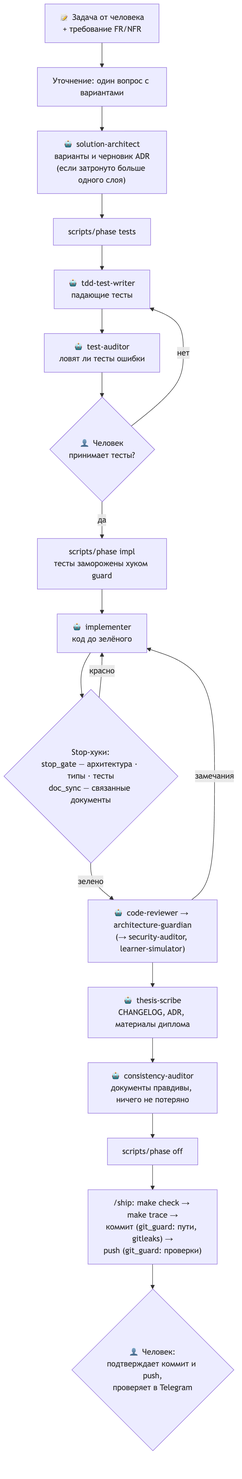
abdra04-gif/muallim keeps this Mermaid diagram as docs/architecture/diagrams/06-agent-loop.png. Above is the earlier version. Its source is kept beside it as docs/architecture/diagrams/06-agent-loop.mmd.
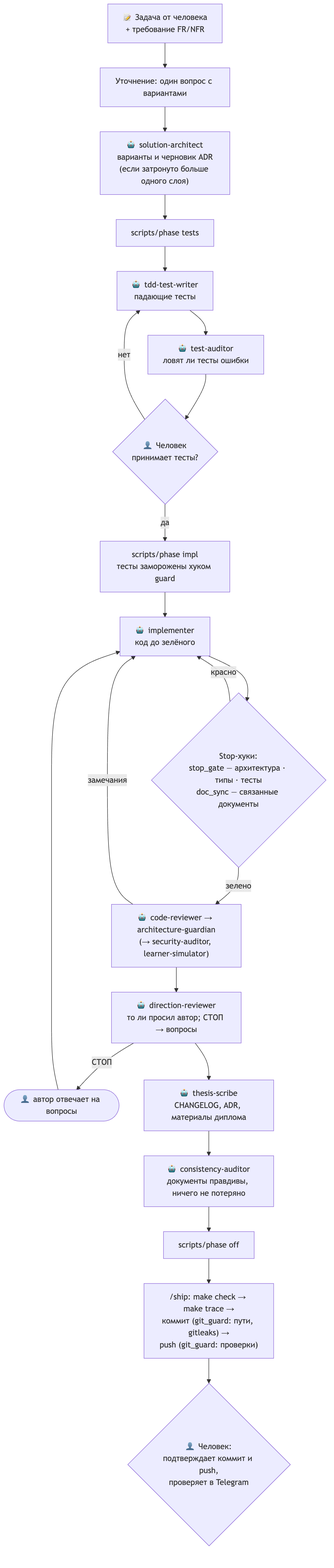
Above is the later version.

Diff of the diagram source:
```diff
@@ -12,7 +12,10 @@
     gates -- красно --> impl
     gates -- зелено --> cr["🤖 code-reviewer → architecture-guardian<br/>(→ security-auditor, learner-simulator)"]
     cr -- замечания --> impl
-    cr --> scribe["🤖 thesis-scribe<br/>CHANGELOG, ADR, материалы диплома"]
+    cr --> dr["🤖 direction-reviewer<br/>то ли просил автор; СТОП → вопросы"]
+    dr -- СТОП --> askAuthor(["👤 автор отвечает на вопросы"])
+    askAuthor --> impl
+    dr --> scribe["🤖 thesis-scribe<br/>CHANGELOG, ADR, материалы диплома"]
     scribe --> ca["🤖 consistency-auditor<br/>документы правдивы, ничего не потеряно"]
     ca --> phO["scripts/phase off"]
     phO --> ship["/ship: make check → make trace →<br/>коммит (git_guard: пути, gitleaks) →<br/>push (git_guard: проверки)"]
```
